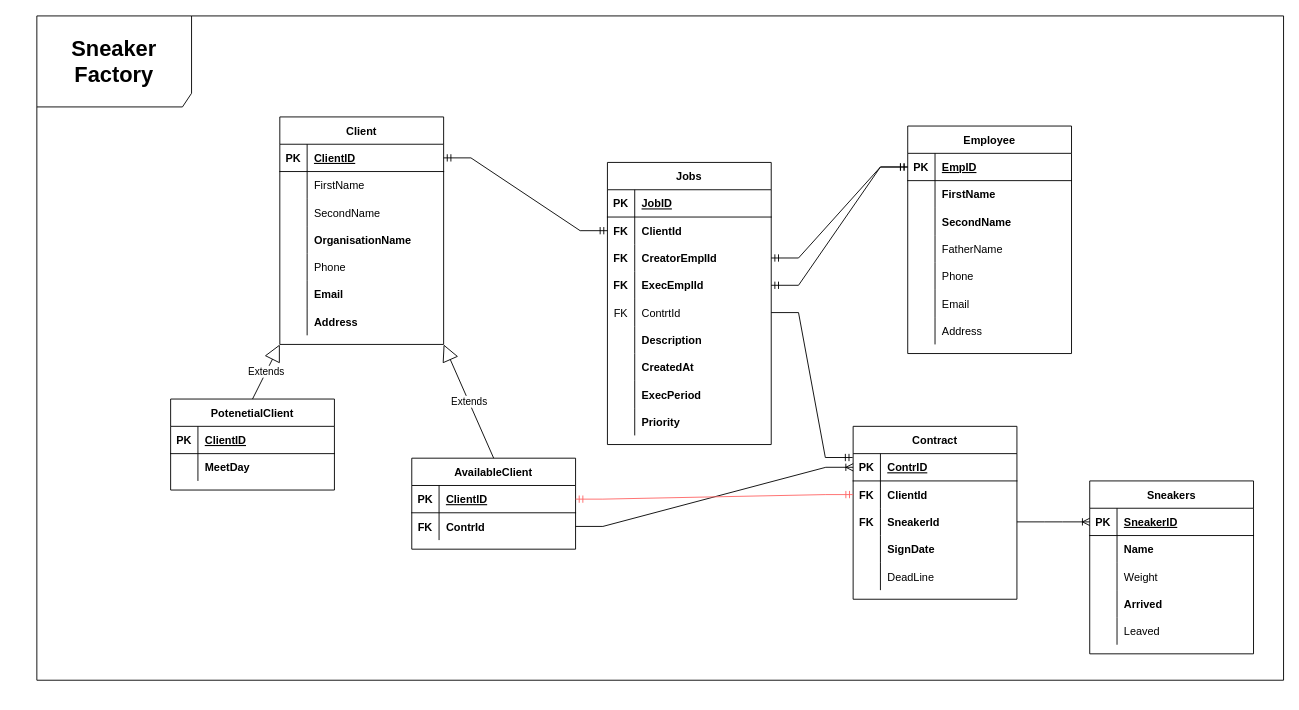
The draw.io diagram Postgres_DB.drawio in Dorialean/CRM-Company, before the edit. Source tidied: cells renumbered, new cells numbered last; positions are measured from the earlier drawing's top-left corner, leaving out a move shared by most shapes. Both pictures are drawn from the tidied source at 91%, with x=0, y=0 at pixel (36, 15).
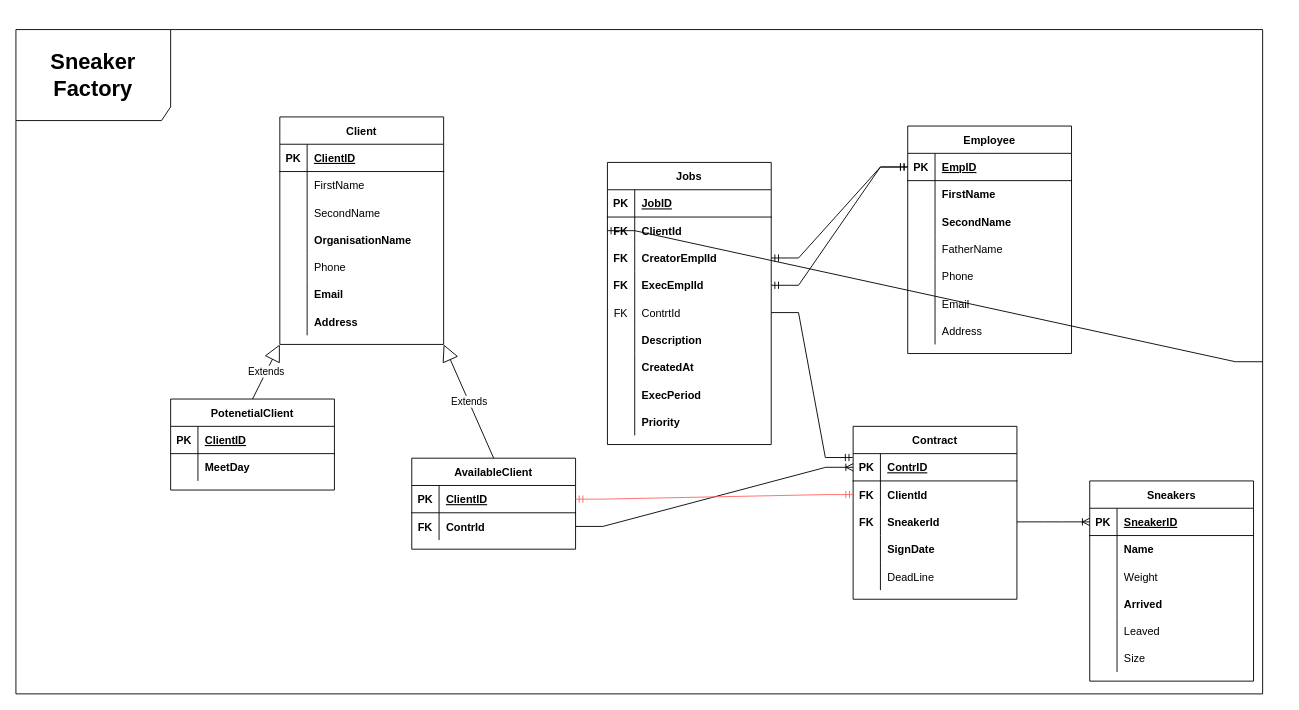
Above is the later version.

The change refers to these unchanged cells:
```xml
<mxCell id="48" style="shape=tableRow;horizontal=0;startSize=0;swimlaneHead=0;swimlaneBody=0;fillColor=none;points=[[0,0.5],[1,0.5]];portConstraint=eastwest;top=0;left=0;right=0;bottom=1;" parent="47" vertex="1">
  <mxGeometry y="30" width="180" height="30" as="geometry" />
</mxCell>
<mxCell id="58" style="shape=tableRow;horizontal=0;startSize=0;swimlaneHead=0;swimlaneBody=0;fillColor=none;points=[[0,0.5],[1,0.5]];portConstraint=eastwest;top=0;left=0;right=0;bottom=0;" parent="54" vertex="1">
  <mxGeometry y="60" width="180" height="30" as="geometry" />
</mxCell>
<mxCell id="83" style="shape=tableRow;horizontal=0;startSize=0;swimlaneHead=0;swimlaneBody=0;fillColor=none;points=[[0,0.5],[1,0.5]];portConstraint=eastwest;top=0;left=0;right=0;bottom=1;" parent="82" vertex="1">
  <mxGeometry y="30" width="180" height="30" as="geometry" />
</mxCell>
<mxCell id="109" style="shape=tableRow;horizontal=0;startSize=0;swimlaneHead=0;swimlaneBody=0;fillColor=none;points=[[0,0.5],[1,0.5]];portConstraint=eastwest;top=0;left=0;right=0;bottom=0;" parent="105" vertex="1">
  <mxGeometry y="60" width="180" height="30" as="geometry" />
</mxCell>
```

The edit, as a diff of the source:
```diff
@@
     <mxCell id="2" value="Sneakers" style="shape=table;startSize=30;childLayout=tableLayout;rowLines=0;fontStyle=1;align=center;" parent="1" vertex="1">
-      <mxGeometry x="1157" y="511" width="180" height="190" as="geometry" />
+      <mxGeometry x="1157" y="511" width="180" height="220" as="geometry" />
     </mxCell>
@@
+    <mxCell id="130" style="shape=tableRow;horizontal=0;startSize=0;swimlaneHead=0;swimlaneBody=0;fillColor=none;top=0;left=0;right=0;bottom=0;" parent="2" vertex="1">
+      <mxGeometry y="180" width="180" height="30" as="geometry" />
+    </mxCell>
+    <mxCell id="131" style="shape=partialRectangle;fillColor=none;top=0;left=0;bottom=0;right=0;overflow=hidden;" parent="130" vertex="1">
+      <mxGeometry width="30" height="30" as="geometry" />
+    </mxCell>
+    <mxCell id="132" value="Size" style="shape=partialRectangle;fillColor=none;top=0;left=0;bottom=0;right=0;align=left;spacingLeft=6;overflow=hidden;" parent="130" vertex="1">
+      <mxGeometry x="30" width="150" height="30" as="geometry" />
+    </mxCell>
@@
-    <mxCell id="122" style="edgeStyle=entityRelationEdgeStyle;fontSize=12;html=1;endArrow=ERmandOne;startArrow=ERmandOne;rounded=0;exitX=1;exitY=0.5;exitDx=0;exitDy=0;entryX=0;entryY=0.5;entryDx=0;entryDy=0;" parent="1" edge="1" source="83" target="58">
+    <mxCell id="122" style="edgeStyle=entityRelationEdgeStyle;fontSize=12;html=1;endArrow=ERmandOne;startArrow=none;rounded=0;exitX=1;exitY=0.5;exitDx=0;exitDy=0;entryX=0;entryY=0.5;entryDx=0;entryDy=0;" parent="1" edge="1" source="128" target="58">
       <mxGeometry relative="1" as="geometry" />
     </mxCell>
@@
+    <mxCell id="129" style="edgeStyle=entityRelationEdgeStyle;fontSize=12;html=1;endArrow=ERmandOne;startArrow=ERmandOne;rounded=0;strokeColor=#FF6666;fillColor=#FF0000;exitX=1;exitY=0.5;exitDx=0;exitDy=0;entryX=0;entryY=0.5;entryDx=0;entryDy=0;" parent="1" edge="1" source="48" target="109">
+      <mxGeometry relative="1" as="geometry" />
+    </mxCell>
     <mxCell id="128" value="&lt;b&gt;&lt;font style=&quot;font-size: 24px;&quot;&gt;Sneaker Factory&lt;/font&gt;&lt;/b&gt;" style="shape=umlFrame;whiteSpace=wrap;html=1;width=170;height=100;" parent="1" vertex="1">
-      <mxGeometry width="1370" height="730" as="geometry" />
+      <mxGeometry x="-23" y="15" width="1370" height="730" as="geometry" />
     </mxCell>
-    <mxCell id="129" style="edgeStyle=entityRelationEdgeStyle;fontSize=12;html=1;endArrow=ERmandOne;startArrow=ERmandOne;rounded=0;strokeColor=#FF6666;fillColor=#FF0000;exitX=1;exitY=0.5;exitDx=0;exitDy=0;entryX=0;entryY=0.5;entryDx=0;entryDy=0;" parent="1" edge="1" source="48" target="109">
-      <mxGeometry relative="1" as="geometry" />
-    </mxCell>
```
